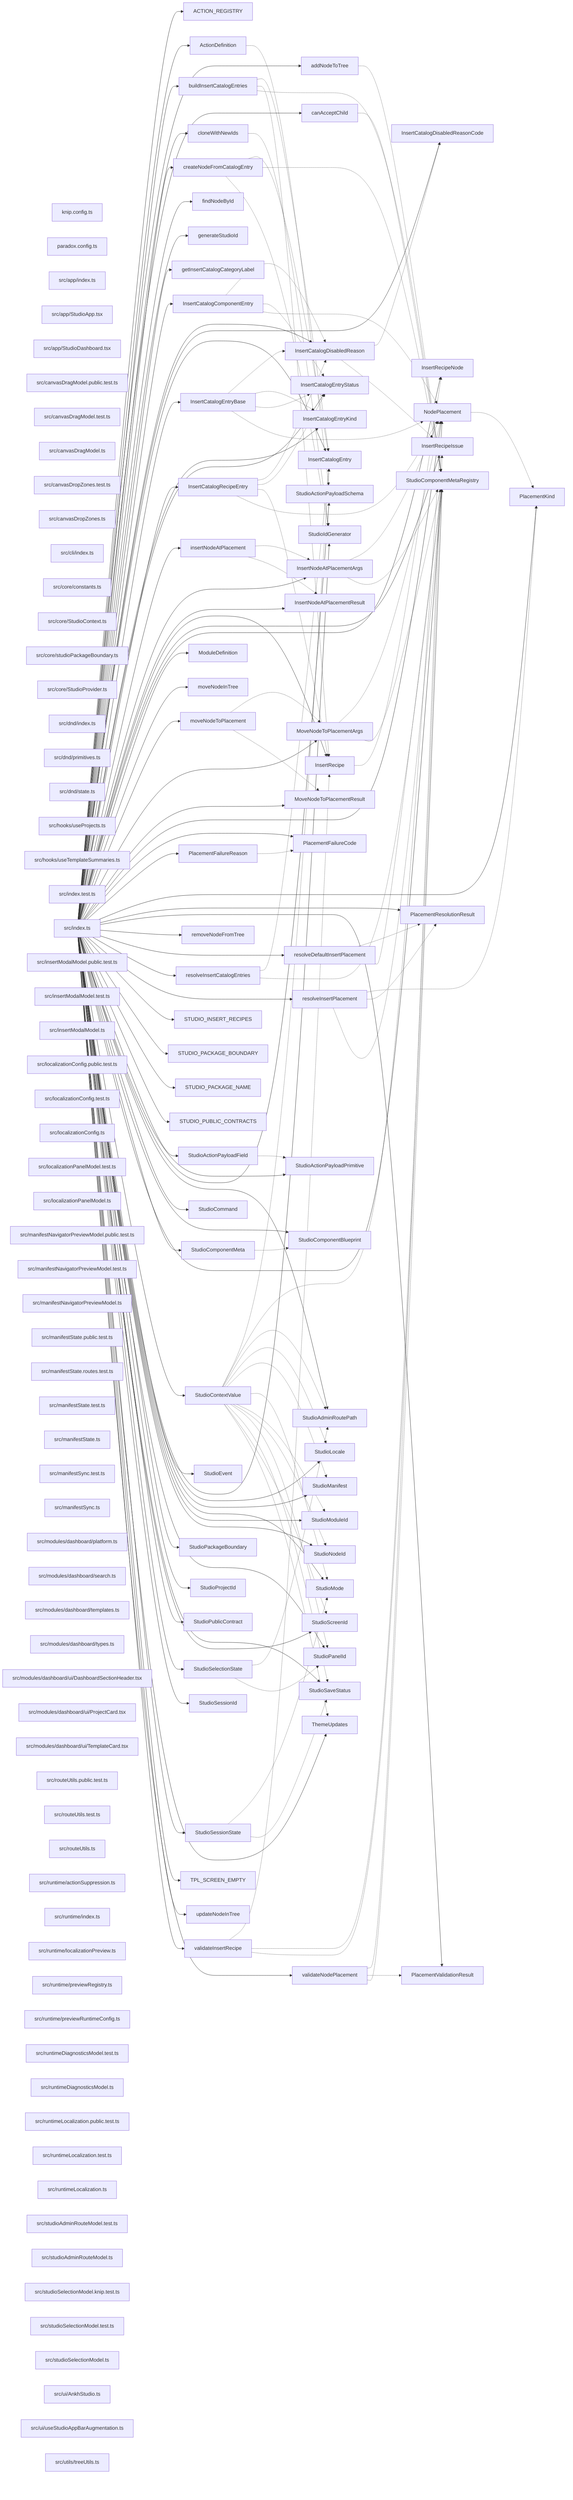
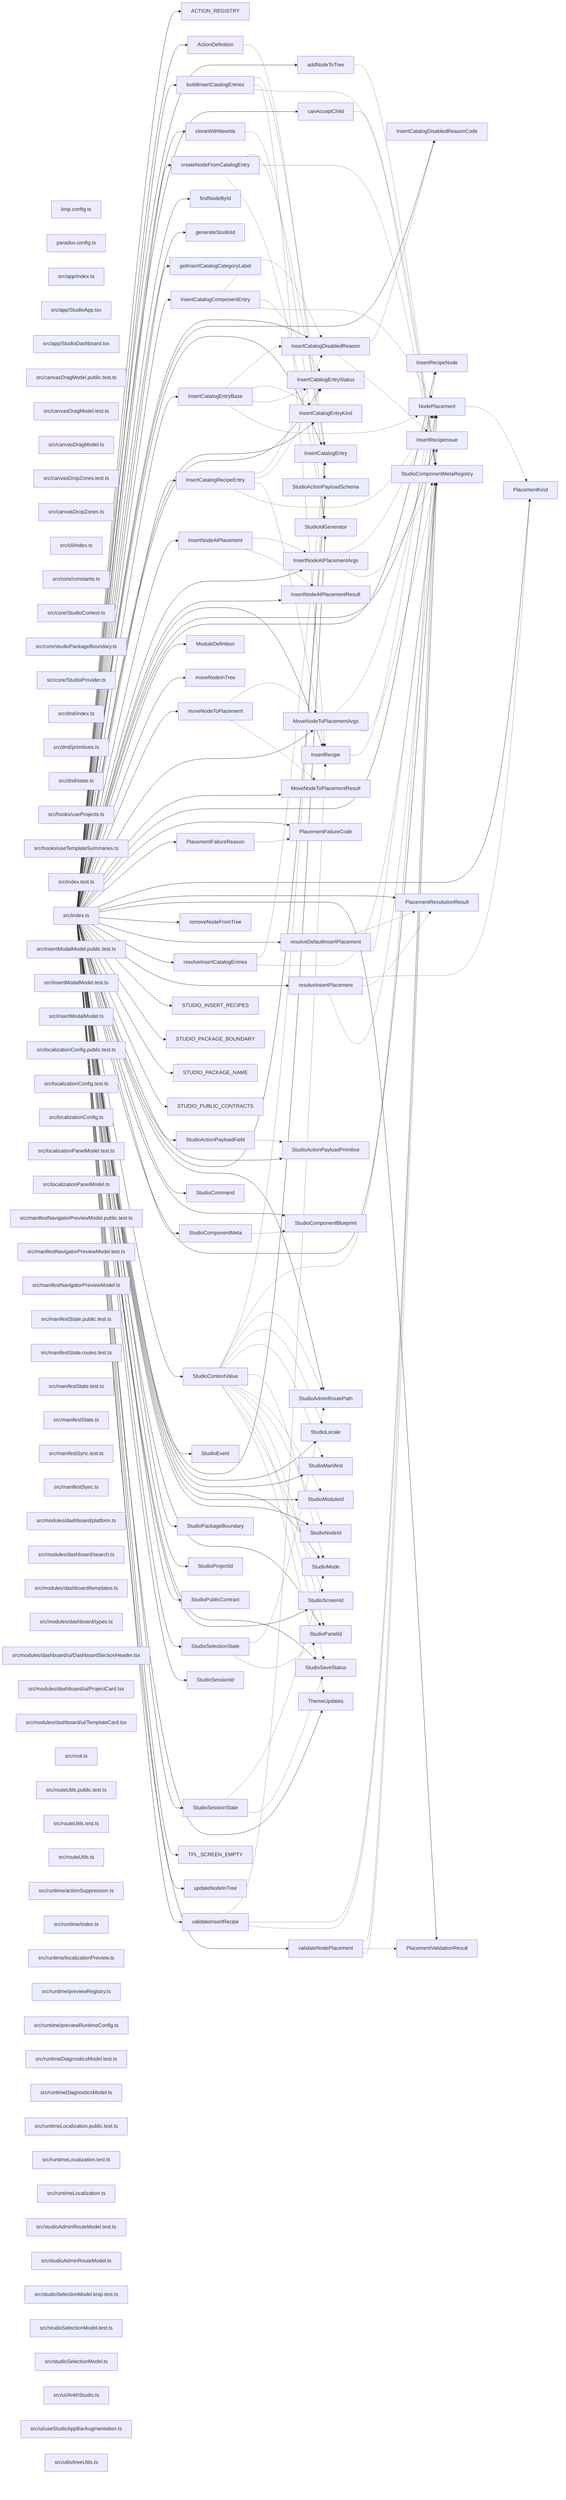
graph LR
  module_knip_config_ts["knip.config.ts"]
  module_paradox_config_ts["paradox.config.ts"]
  module_src_app_index_ts["src/app/index.ts"]
  module_src_app_StudioApp_tsx["src/app/StudioApp.tsx"]
  module_src_app_StudioDashboard_tsx["src/app/StudioDashboard.tsx"]
  module_src_canvasDragModel_public_test_ts["src/canvasDragModel.public.test.ts"]
  module_src_canvasDragModel_test_ts["src/canvasDragModel.test.ts"]
  module_src_canvasDragModel_ts["src/canvasDragModel.ts"]
  module_src_canvasDropZones_test_ts["src/canvasDropZones.test.ts"]
  module_src_canvasDropZones_ts["src/canvasDropZones.ts"]
  module_src_cli_index_ts["src/cli/index.ts"]
  module_src_core_constants_ts["src/core/constants.ts"]
  module_src_core_StudioContext_ts["src/core/StudioContext.ts"]
  module_src_core_studioPackageBoundary_ts["src/core/studioPackageBoundary.ts"]
  module_src_core_StudioProvider_ts["src/core/StudioProvider.ts"]
  module_src_dnd_index_ts["src/dnd/index.ts"]
  module_src_dnd_primitives_ts["src/dnd/primitives.ts"]
  module_src_dnd_state_ts["src/dnd/state.ts"]
  module_src_hooks_useProjects_ts["src/hooks/useProjects.ts"]
  module_src_hooks_useTemplateSummaries_ts["src/hooks/useTemplateSummaries.ts"]
  module_src_index_test_ts["src/index.test.ts"]
  module_src_index_ts["src/index.ts"]
  module_src_insertModalModel_public_test_ts["src/insertModalModel.public.test.ts"]
  module_src_insertModalModel_test_ts["src/insertModalModel.test.ts"]
  module_src_insertModalModel_ts["src/insertModalModel.ts"]
  module_src_localizationConfig_public_test_ts["src/localizationConfig.public.test.ts"]
  module_src_localizationConfig_test_ts["src/localizationConfig.test.ts"]
  module_src_localizationConfig_ts["src/localizationConfig.ts"]
  module_src_localizationPanelModel_test_ts["src/localizationPanelModel.test.ts"]
  module_src_localizationPanelModel_ts["src/localizationPanelModel.ts"]
  module_src_manifestNavigatorPreviewModel_public_test_ts["src/manifestNavigatorPreviewModel.public.test.ts"]
  module_src_manifestNavigatorPreviewModel_test_ts["src/manifestNavigatorPreviewModel.test.ts"]
  module_src_manifestNavigatorPreviewModel_ts["src/manifestNavigatorPreviewModel.ts"]
  module_src_manifestState_public_test_ts["src/manifestState.public.test.ts"]
  module_src_manifestState_routes_test_ts["src/manifestState.routes.test.ts"]
  module_src_manifestState_test_ts["src/manifestState.test.ts"]
  module_src_manifestState_ts["src/manifestState.ts"]
  module_src_manifestSync_test_ts["src/manifestSync.test.ts"]
  module_src_manifestSync_ts["src/manifestSync.ts"]
  module_src_modules_dashboard_platform_ts["src/modules/dashboard/platform.ts"]
  module_src_modules_dashboard_search_ts["src/modules/dashboard/search.ts"]
  module_src_modules_dashboard_templates_ts["src/modules/dashboard/templates.ts"]
  module_src_modules_dashboard_types_ts["src/modules/dashboard/types.ts"]
  module_src_modules_dashboard_ui_DashboardSectionHeader_tsx["src/modules/dashboard/ui/DashboardSectionHeader.tsx"]
  module_src_modules_dashboard_ui_ProjectCard_tsx["src/modules/dashboard/ui/ProjectCard.tsx"]
  module_src_modules_dashboard_ui_TemplateCard_tsx["src/modules/dashboard/ui/TemplateCard.tsx"]
+   module_src_root_ts["src/root.ts"]
  module_src_routeUtils_public_test_ts["src/routeUtils.public.test.ts"]
  module_src_routeUtils_test_ts["src/routeUtils.test.ts"]
  module_src_routeUtils_ts["src/routeUtils.ts"]
  module_src_runtime_actionSuppression_ts["src/runtime/actionSuppression.ts"]
  module_src_runtime_index_ts["src/runtime/index.ts"]
  module_src_runtime_localizationPreview_ts["src/runtime/localizationPreview.ts"]
  module_src_runtime_previewRegistry_ts["src/runtime/previewRegistry.ts"]
  module_src_runtime_previewRuntimeConfig_ts["src/runtime/previewRuntimeConfig.ts"]
  module_src_runtimeDiagnosticsModel_test_ts["src/runtimeDiagnosticsModel.test.ts"]
  module_src_runtimeDiagnosticsModel_ts["src/runtimeDiagnosticsModel.ts"]
  module_src_runtimeLocalization_public_test_ts["src/runtimeLocalization.public.test.ts"]
  module_src_runtimeLocalization_test_ts["src/runtimeLocalization.test.ts"]
  module_src_runtimeLocalization_ts["src/runtimeLocalization.ts"]
  module_src_studioAdminRouteModel_test_ts["src/studioAdminRouteModel.test.ts"]
  module_src_studioAdminRouteModel_ts["src/studioAdminRouteModel.ts"]
  module_src_studioSelectionModel_knip_test_ts["src/studioSelectionModel.knip.test.ts"]
  module_src_studioSelectionModel_test_ts["src/studioSelectionModel.test.ts"]
  module_src_studioSelectionModel_ts["src/studioSelectionModel.ts"]
  module_src_ui_AnkhStudio_ts["src/ui/AnkhStudio.ts"]
  module_src_ui_useStudioAppBarAugmentation_ts["src/ui/useStudioAppBarAugmentation.ts"]
  module_src_utils_treeUtils_ts["src/utils/treeUtils.ts"]
  export_ACTION_REGISTRY["ACTION_REGISTRY"]
  module_src_index_ts --> export_ACTION_REGISTRY
  export_ActionDefinition["ActionDefinition"]
  module_src_index_ts --> export_ActionDefinition
  export_ActionDefinition -.-> export_StudioActionPayloadSchema
  export_addNodeToTree["addNodeToTree"]
  module_src_index_ts --> export_addNodeToTree
  export_addNodeToTree -.-> export_StudioComponentMetaRegistry
  export_buildInsertCatalogEntries["buildInsertCatalogEntries"]
  module_src_index_ts --> export_buildInsertCatalogEntries
  export_buildInsertCatalogEntries -.-> export_InsertCatalogEntry
  export_buildInsertCatalogEntries -.-> export_InsertRecipe
  export_buildInsertCatalogEntries -.-> export_StudioComponentMetaRegistry
  export_canAcceptChild["canAcceptChild"]
  module_src_index_ts --> export_canAcceptChild
  export_canAcceptChild -.-> export_StudioComponentMetaRegistry
  export_cloneWithNewIds["cloneWithNewIds"]
  module_src_index_ts --> export_cloneWithNewIds
  export_cloneWithNewIds -.-> export_StudioIdGenerator
  export_createNodeFromCatalogEntry["createNodeFromCatalogEntry"]
  module_src_index_ts --> export_createNodeFromCatalogEntry
  export_createNodeFromCatalogEntry -.-> export_InsertCatalogEntry
  export_createNodeFromCatalogEntry -.-> export_StudioComponentMetaRegistry
  export_createNodeFromCatalogEntry -.-> export_StudioIdGenerator
  export_findNodeById["findNodeById"]
  module_src_index_ts --> export_findNodeById
  export_generateStudioId["generateStudioId"]
  module_src_index_ts --> export_generateStudioId
  export_getInsertCatalogCategoryLabel["getInsertCatalogCategoryLabel"]
  module_src_index_ts --> export_getInsertCatalogCategoryLabel
  export_InsertCatalogComponentEntry["InsertCatalogComponentEntry"]
  module_src_index_ts --> export_InsertCatalogComponentEntry
  export_InsertCatalogComponentEntry -.-> export_InsertCatalogDisabledReason
  export_InsertCatalogComponentEntry -.-> export_InsertCatalogEntryStatus
  export_InsertCatalogComponentEntry -.-> export_NodePlacement
  export_InsertCatalogDisabledReason["InsertCatalogDisabledReason"]
  module_src_index_ts --> export_InsertCatalogDisabledReason
  export_InsertCatalogDisabledReason -.-> export_InsertCatalogDisabledReasonCode
  export_InsertCatalogDisabledReason -.-> export_InsertRecipeIssue
  export_InsertCatalogDisabledReasonCode["InsertCatalogDisabledReasonCode"]
  module_src_index_ts --> export_InsertCatalogDisabledReasonCode
  export_InsertCatalogEntry["InsertCatalogEntry"]
  module_src_index_ts --> export_InsertCatalogEntry
  export_InsertCatalogEntryBase["InsertCatalogEntryBase"]
  module_src_index_ts --> export_InsertCatalogEntryBase
  export_InsertCatalogEntryBase -.-> export_InsertCatalogDisabledReason
  export_InsertCatalogEntryBase -.-> export_InsertCatalogEntryKind
  export_InsertCatalogEntryBase -.-> export_InsertCatalogEntryStatus
  export_InsertCatalogEntryBase -.-> export_NodePlacement
  export_InsertCatalogEntryKind["InsertCatalogEntryKind"]
  module_src_index_ts --> export_InsertCatalogEntryKind
  export_InsertCatalogEntryStatus["InsertCatalogEntryStatus"]
  module_src_index_ts --> export_InsertCatalogEntryStatus
  export_InsertCatalogRecipeEntry["InsertCatalogRecipeEntry"]
  module_src_index_ts --> export_InsertCatalogRecipeEntry
  export_InsertCatalogRecipeEntry -.-> export_InsertCatalogDisabledReason
  export_InsertCatalogRecipeEntry -.-> export_InsertCatalogEntryStatus
  export_InsertCatalogRecipeEntry -.-> export_InsertRecipe
  export_InsertCatalogRecipeEntry -.-> export_NodePlacement
  export_insertNodeAtPlacement["insertNodeAtPlacement"]
  module_src_index_ts --> export_insertNodeAtPlacement
  export_insertNodeAtPlacement -.-> export_InsertNodeAtPlacementArgs
  export_insertNodeAtPlacement -.-> export_InsertNodeAtPlacementResult
  export_InsertNodeAtPlacementArgs["InsertNodeAtPlacementArgs"]
  module_src_index_ts --> export_InsertNodeAtPlacementArgs
  export_InsertNodeAtPlacementArgs -.-> export_NodePlacement
  export_InsertNodeAtPlacementArgs -.-> export_StudioComponentMetaRegistry
  export_InsertNodeAtPlacementResult["InsertNodeAtPlacementResult"]
  module_src_index_ts --> export_InsertNodeAtPlacementResult
  export_InsertRecipe["InsertRecipe"]
  module_src_index_ts --> export_InsertRecipe
  export_InsertRecipe -.-> export_InsertRecipeNode
  export_InsertRecipeIssue["InsertRecipeIssue"]
  module_src_index_ts --> export_InsertRecipeIssue
  export_InsertRecipeNode["InsertRecipeNode"]
  module_src_index_ts --> export_InsertRecipeNode
  export_ModuleDefinition["ModuleDefinition"]
  module_src_index_ts --> export_ModuleDefinition
  export_moveNodeInTree["moveNodeInTree"]
  module_src_index_ts --> export_moveNodeInTree
  export_moveNodeToPlacement["moveNodeToPlacement"]
  module_src_index_ts --> export_moveNodeToPlacement
  export_moveNodeToPlacement -.-> export_MoveNodeToPlacementArgs
  export_moveNodeToPlacement -.-> export_MoveNodeToPlacementResult
  export_MoveNodeToPlacementArgs["MoveNodeToPlacementArgs"]
  module_src_index_ts --> export_MoveNodeToPlacementArgs
  export_MoveNodeToPlacementArgs -.-> export_NodePlacement
  export_MoveNodeToPlacementArgs -.-> export_StudioComponentMetaRegistry
  export_MoveNodeToPlacementResult["MoveNodeToPlacementResult"]
  module_src_index_ts --> export_MoveNodeToPlacementResult
  export_NodePlacement["NodePlacement"]
  module_src_index_ts --> export_NodePlacement
  export_NodePlacement -.-> export_PlacementKind
  export_PlacementFailureCode["PlacementFailureCode"]
  module_src_index_ts --> export_PlacementFailureCode
  export_PlacementFailureReason["PlacementFailureReason"]
  module_src_index_ts --> export_PlacementFailureReason
  export_PlacementFailureReason -.-> export_PlacementFailureCode
  export_PlacementKind["PlacementKind"]
  module_src_index_ts --> export_PlacementKind
  export_PlacementResolutionResult["PlacementResolutionResult"]
  module_src_index_ts --> export_PlacementResolutionResult
  export_PlacementValidationResult["PlacementValidationResult"]
  module_src_index_ts --> export_PlacementValidationResult
  export_removeNodeFromTree["removeNodeFromTree"]
  module_src_index_ts --> export_removeNodeFromTree
  export_resolveDefaultInsertPlacement["resolveDefaultInsertPlacement"]
  module_src_index_ts --> export_resolveDefaultInsertPlacement
  export_resolveDefaultInsertPlacement -.-> export_PlacementResolutionResult
  export_resolveDefaultInsertPlacement -.-> export_StudioComponentMetaRegistry
  export_resolveInsertCatalogEntries["resolveInsertCatalogEntries"]
  module_src_index_ts --> export_resolveInsertCatalogEntries
  export_resolveInsertCatalogEntries -.-> export_InsertCatalogEntry
  export_resolveInsertCatalogEntries -.-> export_StudioComponentMetaRegistry
  export_resolveInsertPlacement["resolveInsertPlacement"]
  module_src_index_ts --> export_resolveInsertPlacement
  export_resolveInsertPlacement -.-> export_PlacementKind
  export_resolveInsertPlacement -.-> export_PlacementResolutionResult
  export_resolveInsertPlacement -.-> export_StudioComponentMetaRegistry
  export_STUDIO_INSERT_RECIPES["STUDIO_INSERT_RECIPES"]
  module_src_index_ts --> export_STUDIO_INSERT_RECIPES
  export_STUDIO_PACKAGE_BOUNDARY["STUDIO_PACKAGE_BOUNDARY"]
  module_src_index_ts --> export_STUDIO_PACKAGE_BOUNDARY
  export_STUDIO_PACKAGE_NAME["STUDIO_PACKAGE_NAME"]
  module_src_index_ts --> export_STUDIO_PACKAGE_NAME
  export_STUDIO_PUBLIC_CONTRACTS["STUDIO_PUBLIC_CONTRACTS"]
  module_src_index_ts --> export_STUDIO_PUBLIC_CONTRACTS
  export_StudioActionPayloadField["StudioActionPayloadField"]
  module_src_index_ts --> export_StudioActionPayloadField
  export_StudioActionPayloadField -.-> export_StudioActionPayloadPrimitive
  export_StudioActionPayloadPrimitive["StudioActionPayloadPrimitive"]
  module_src_index_ts --> export_StudioActionPayloadPrimitive
  export_StudioActionPayloadSchema["StudioActionPayloadSchema"]
  module_src_index_ts --> export_StudioActionPayloadSchema
  export_StudioAdminRoutePath["StudioAdminRoutePath"]
  module_src_index_ts --> export_StudioAdminRoutePath
  export_StudioCommand["StudioCommand"]
  module_src_index_ts --> export_StudioCommand
  export_StudioComponentBlueprint["StudioComponentBlueprint"]
  module_src_index_ts --> export_StudioComponentBlueprint
  export_StudioComponentMeta["StudioComponentMeta"]
  module_src_index_ts --> export_StudioComponentMeta
  export_StudioComponentMeta -.-> export_StudioComponentBlueprint
  export_StudioComponentMetaRegistry["StudioComponentMetaRegistry"]
  module_src_index_ts --> export_StudioComponentMetaRegistry
  export_StudioContextValue["StudioContextValue"]
  module_src_index_ts --> export_StudioContextValue
  export_StudioContextValue -.-> export_InsertCatalogEntry
  export_StudioContextValue -.-> export_NodePlacement
  export_StudioContextValue -.-> export_StudioAdminRoutePath
  export_StudioContextValue -.-> export_StudioLocale
  export_StudioContextValue -.-> export_StudioManifest
  export_StudioContextValue -.-> export_StudioMode
  export_StudioContextValue -.-> export_StudioModuleId
  export_StudioContextValue -.-> export_StudioNodeId
  export_StudioContextValue -.-> export_StudioPanelId
  export_StudioContextValue -.-> export_StudioSaveStatus
  export_StudioContextValue -.-> export_StudioScreenId
  export_StudioContextValue -.-> export_ThemeUpdates
  export_StudioEvent["StudioEvent"]
  module_src_index_ts --> export_StudioEvent
  export_StudioIdGenerator["StudioIdGenerator"]
  module_src_index_ts --> export_StudioIdGenerator
  export_StudioLocale["StudioLocale"]
  module_src_index_ts --> export_StudioLocale
  export_StudioManifest["StudioManifest"]
  module_src_index_ts --> export_StudioManifest
  export_StudioMode["StudioMode"]
  module_src_index_ts --> export_StudioMode
  export_StudioModuleId["StudioModuleId"]
  module_src_index_ts --> export_StudioModuleId
  export_StudioNodeId["StudioNodeId"]
  module_src_index_ts --> export_StudioNodeId
  export_StudioPackageBoundary["StudioPackageBoundary"]
  module_src_index_ts --> export_StudioPackageBoundary
  export_StudioPanelId["StudioPanelId"]
  module_src_index_ts --> export_StudioPanelId
  export_StudioProjectId["StudioProjectId"]
  module_src_index_ts --> export_StudioProjectId
  export_StudioPublicContract["StudioPublicContract"]
  module_src_index_ts --> export_StudioPublicContract
  export_StudioSaveStatus["StudioSaveStatus"]
  module_src_index_ts --> export_StudioSaveStatus
  export_StudioScreenId["StudioScreenId"]
  module_src_index_ts --> export_StudioScreenId
  export_StudioSelectionState["StudioSelectionState"]
  module_src_index_ts --> export_StudioSelectionState
  export_StudioSelectionState -.-> export_StudioAdminRoutePath
  export_StudioSelectionState -.-> export_StudioPanelId
  export_StudioSessionId["StudioSessionId"]
  module_src_index_ts --> export_StudioSessionId
  export_StudioSessionState["StudioSessionState"]
  module_src_index_ts --> export_StudioSessionState
  export_StudioSessionState -.-> export_StudioMode
  export_StudioSessionState -.-> export_StudioSaveStatus
  export_ThemeUpdates["ThemeUpdates"]
  module_src_index_ts --> export_ThemeUpdates
  export_TPL_SCREEN_EMPTY["TPL_SCREEN_EMPTY"]
  module_src_index_ts --> export_TPL_SCREEN_EMPTY
  export_updateNodeInTree["updateNodeInTree"]
  module_src_index_ts --> export_updateNodeInTree
  export_validateInsertRecipe["validateInsertRecipe"]
  module_src_index_ts --> export_validateInsertRecipe
  export_validateInsertRecipe -.-> export_InsertRecipe
  export_validateInsertRecipe -.-> export_InsertRecipeIssue
  export_validateInsertRecipe -.-> export_StudioComponentMetaRegistry
  export_validateNodePlacement["validateNodePlacement"]
  module_src_index_ts --> export_validateNodePlacement
  export_validateNodePlacement -.-> export_NodePlacement
  export_validateNodePlacement -.-> export_PlacementValidationResult
  export_validateNodePlacement -.-> export_StudioComponentMetaRegistry
